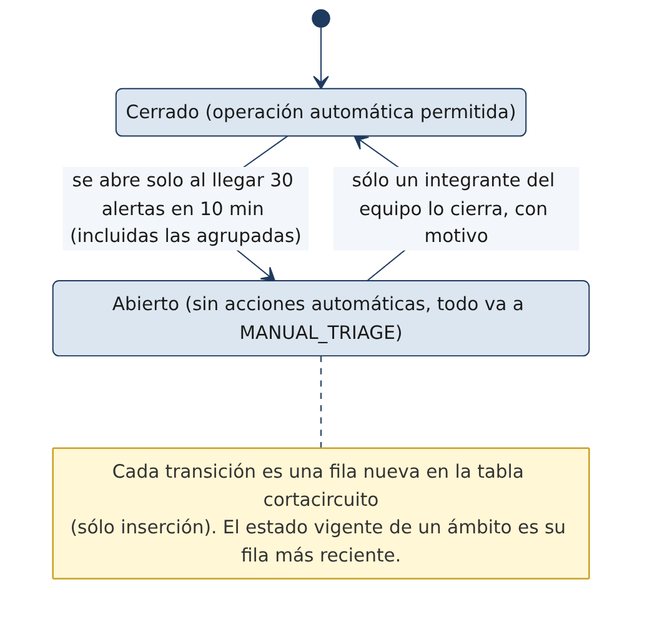
Earlier version of the Mermaid export docs/diagramas/02_estados_cortacircuito.png (soaria186/kronos-ai). Its source is kept beside it as docs/diagramas/02_estados_cortacircuito.mmd.
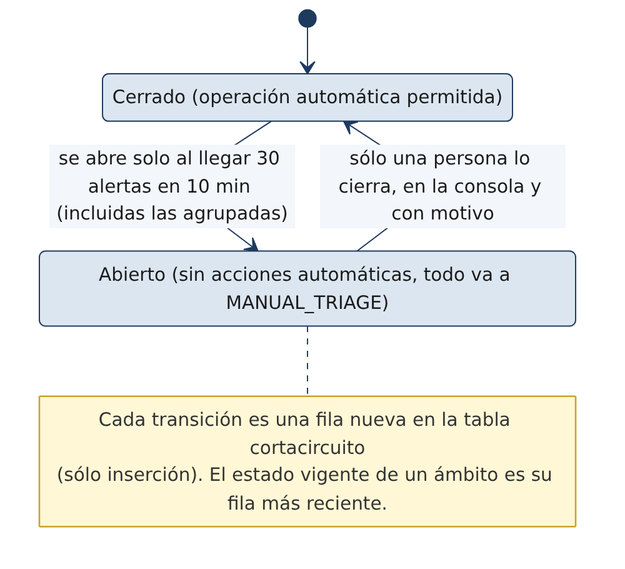
The same diagram one commit later.

Change to the diagram source:
```diff
@@ -3,7 +3,7 @@
     Cerrado: Cerrado (operación automática permitida)
     Abierto: Abierto (sin acciones automáticas, todo va a MANUAL_TRIAGE)
     Cerrado --> Abierto: se abre solo al llegar 30 alertas en 10 min (incluidas las agrupadas)
-    Abierto --> Cerrado: sólo un integrante del equipo lo cierra, con motivo
+    Abierto --> Cerrado: sólo una persona lo cierra, en la consola y con motivo
     note right of Abierto
         Cada transición es una fila nueva en la tabla cortacircuito
         (sólo inserción). El estado vigente de un ámbito es su fila más reciente.
```
